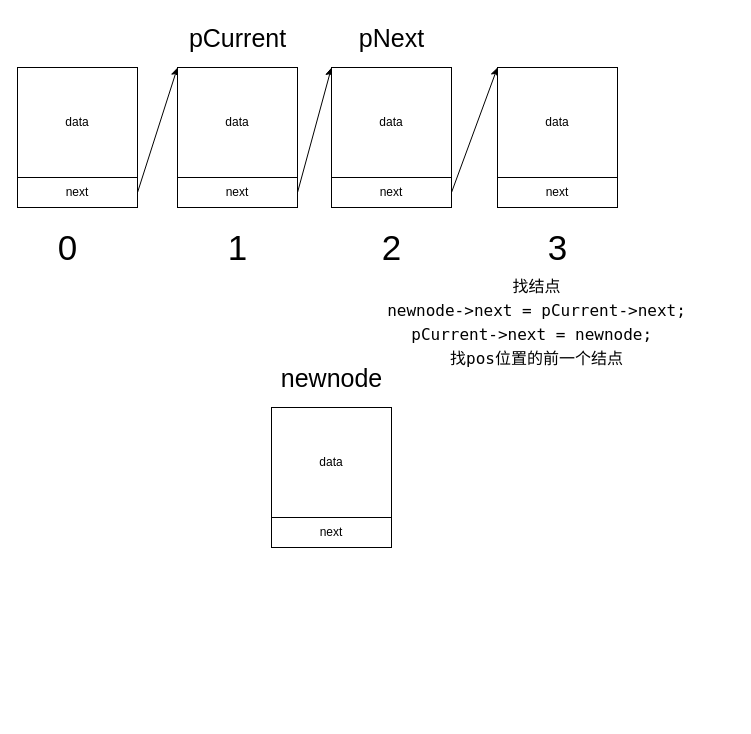
Earlier version of the draw.io diagram CS-225-UIUC/DSA-2单向链表/DSA-2单向链表-指定位置插入数据.drawio (gitony0101/Coding-crash). Source tidied: cells renumbered, new cells numbered last; positions are measured from the earlier drawing's top-left corner, leaving out a move shared by most shapes. Both pictures are drawn from the tidied source at 100%, with x=0, y=0 at pixel (17, 17).
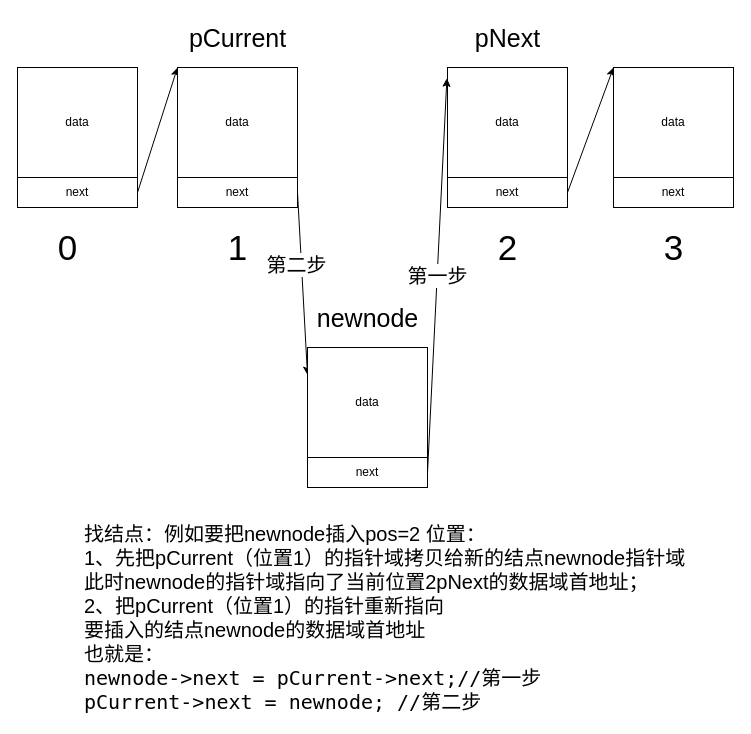
The same page after the edit.

Commit message (it also covers changes not shown here):
DSA-2单向链表-指定位置插入数据

The change refers to these unchanged cells:
```xml
<mxCell id="7" value="next" style="whiteSpace=wrap;html=1;" parent="1" vertex="1">
  <mxGeometry x="160" y="160" width="120" height="30" as="geometry" />
</mxCell>
```

The edit, as a diff of the source:
```diff
@@
-    <mxCell id="6" style="edgeStyle=none;html=1;exitX=1;exitY=0.5;exitDx=0;exitDy=0;entryX=0;entryY=0;entryDx=0;entryDy=0;fontSize=25;" parent="1" edge="1" source="7" target="8">
-      <mxGeometry relative="1" as="geometry" />
-    </mxCell>
+    <mxCell id="23" style="edgeStyle=none;html=1;exitX=1;exitY=0.5;exitDx=0;exitDy=0;entryX=0;entryY=0.25;entryDx=0;entryDy=0;fontSize=20;" parent="1" edge="1" source="7" target="13">
+      <mxGeometry relative="1" as="geometry" />
+    </mxCell>
+    <mxCell id="24" value="第二步" style="edgeLabel;html=1;align=center;verticalAlign=middle;fontSize=20;" parent="23" vertex="1">
+      <mxGeometry x="-0.22" y="-5" relative="1" as="geometry" />
+    </mxCell>
@@
     <mxCell id="8" value="data" style="whiteSpace=wrap;html=1;" parent="1" vertex="1">
-      <mxGeometry x="314" y="50" width="120" height="110" as="geometry" />
+      <mxGeometry x="430" y="50" width="120" height="110" as="geometry" />
     </mxCell>
@@
     <mxCell id="10" value="next" style="whiteSpace=wrap;html=1;" parent="1" vertex="1">
-      <mxGeometry x="314" y="160" width="120" height="30" as="geometry" />
+      <mxGeometry x="430" y="160" width="120" height="30" as="geometry" />
     </mxCell>
     <mxCell id="11" value="data" style="whiteSpace=wrap;html=1;" parent="1" vertex="1">
-      <mxGeometry x="480" y="50" width="120" height="110" as="geometry" />
+      <mxGeometry x="596" y="50" width="120" height="110" as="geometry" />
     </mxCell>
     <mxCell id="12" value="next" style="whiteSpace=wrap;html=1;" parent="1" vertex="1">
-      <mxGeometry x="480" y="160" width="120" height="30" as="geometry" />
+      <mxGeometry x="596" y="160" width="120" height="30" as="geometry" />
     </mxCell>
     <mxCell id="13" value="data" style="whiteSpace=wrap;html=1;" parent="1" vertex="1">
-      <mxGeometry x="254" y="390" width="120" height="110" as="geometry" />
+      <mxGeometry x="290" y="330" width="120" height="110" as="geometry" />
     </mxCell>
+    <mxCell id="25" value="第一步" style="edgeStyle=none;html=1;exitX=1;exitY=0.5;exitDx=0;exitDy=0;entryX=-0.005;entryY=0.098;entryDx=0;entryDy=0;entryPerimeter=0;fontSize=20;" parent="1" edge="1" source="14" target="8">
+      <mxGeometry relative="1" as="geometry" />
+    </mxCell>
     <mxCell id="14" value="next" style="whiteSpace=wrap;html=1;" parent="1" vertex="1">
-      <mxGeometry x="254" y="500" width="120" height="30" as="geometry" />
+      <mxGeometry x="290" y="440" width="120" height="30" as="geometry" />
     </mxCell>
@@
     <mxCell id="16" value="pNext" style="text;html=1;align=center;verticalAlign=middle;strokeColor=none;fillColor=none;fontSize=25;" parent="1" vertex="1">
-      <mxGeometry x="334" width="80" height="40" as="geometry" />
+      <mxGeometry x="450" width="80" height="40" as="geometry" />
     </mxCell>
     <mxCell id="17" value="newnode" style="text;html=1;align=center;verticalAlign=middle;strokeColor=none;fillColor=none;fontSize=25;" parent="1" vertex="1">
-      <mxGeometry x="254" y="340" width="120" height="40" as="geometry" />
+      <mxGeometry x="290" y="280" width="120" height="40" as="geometry" />
     </mxCell>
@@
     <mxCell id="20" value="2" style="text;html=1;align=center;verticalAlign=middle;strokeColor=none;fillColor=none;fontSize=35;" parent="1" vertex="1">
-      <mxGeometry x="359" y="205" width="30" height="50" as="geometry" />
+      <mxGeometry x="475" y="205" width="30" height="50" as="geometry" />
     </mxCell>
     <mxCell id="21" value="3" style="text;html=1;align=center;verticalAlign=middle;strokeColor=none;fillColor=none;fontSize=35;" parent="1" vertex="1">
-      <mxGeometry x="525" y="205" width="30" height="50" as="geometry" />
+      <mxGeometry x="641" y="205" width="30" height="50" as="geometry" />
     </mxCell>
-    <mxCell id="22" value="&lt;div style=&quot;background-color: rgb(255 , 255 , 255) ; font-family: &amp;#34;firacode nerd font&amp;#34; , &amp;#34;menlo&amp;#34; , &amp;#34;monaco&amp;#34; , &amp;#34;courier new&amp;#34; , monospace ; font-size: 16px ; line-height: 24px&quot;&gt;&lt;div&gt;&lt;span&gt;找结点&lt;/span&gt;&lt;/div&gt;&lt;div&gt;&lt;span&gt;newnode-&amp;gt;next = pCurrent-&amp;gt;next;&lt;/span&gt;&lt;/div&gt;&lt;div&gt;&lt;span&gt;pCurrent-&amp;gt;next = newnode;&amp;nbsp;&lt;/span&gt;&lt;/div&gt;&lt;div&gt;&lt;span&gt;找pos位置的前一个结点&lt;/span&gt;&lt;/div&gt;&lt;/div&gt;" style="text;html=1;align=center;verticalAlign=middle;strokeColor=none;fillColor=none;fontSize=25;fontColor=#000000;" parent="1" vertex="1">
-      <mxGeometry x="359" y="255" width="320" height="100" as="geometry" />
-    </mxCell>
+    <mxCell id="26" value="找结点：例如要把newnode插入pos=2 位置：&lt;br style=&quot;font-size: 20px&quot;&gt;1、先把pCurrent（位置1）的指针域拷贝给新的结点newnode指针域&lt;br style=&quot;font-size: 20px&quot;&gt;此时newnode的指针域指向了当前位置2pNext的数据域首地址；&lt;br style=&quot;font-size: 20px&quot;&gt;2、把pCurrent（位置1）的指针重新指向&lt;br&gt;要插入的结点newnode的数据域首地址&lt;br style=&quot;font-size: 20px&quot;&gt;也就是：&lt;br style=&quot;font-size: 20px&quot;&gt;&lt;div style=&quot;font-family: &amp;#34;firacode nerd font&amp;#34; , &amp;#34;menlo&amp;#34; , &amp;#34;monaco&amp;#34; , &amp;#34;courier new&amp;#34; , monospace ; font-size: 20px&quot;&gt;newnode-&amp;gt;next = pCurrent-&amp;gt;next;//第一步&lt;/div&gt;&lt;div style=&quot;font-family: &amp;#34;firacode nerd font&amp;#34; , &amp;#34;menlo&amp;#34; , &amp;#34;monaco&amp;#34; , &amp;#34;courier new&amp;#34; , monospace ; font-size: 20px&quot;&gt;pCurrent-&amp;gt;next = newnode; //第二步&lt;/div&gt;" style="text;html=1;align=left;verticalAlign=middle;strokeColor=none;fillColor=none;fontSize=20;" parent="1" vertex="1">
+      <mxGeometry x="65" y="500" width="620" height="200" as="geometry" />
+    </mxCell>
```
